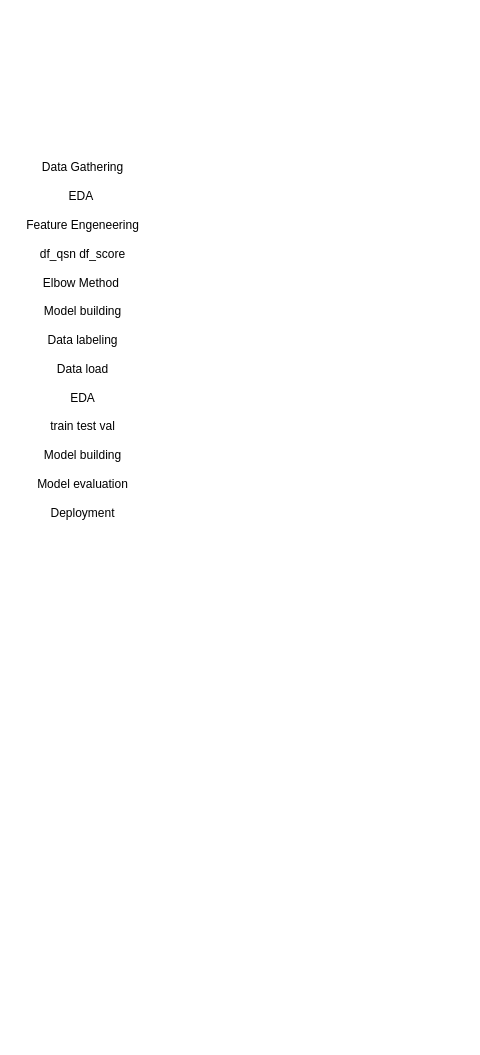
Before: Neha Project/Project Interview/Research/document/Personality_prediction.drawio in mungekarkiran/Basic_Python, a draw.io diagram. Source tidied: cells renumbered, new cells numbered last; positions are measured from the earlier drawing's top-left corner, leaving out a move shared by most shapes. Both pictures are drawn from the tidied source at 100%, with x=0, y=0 at pixel (17, 162).
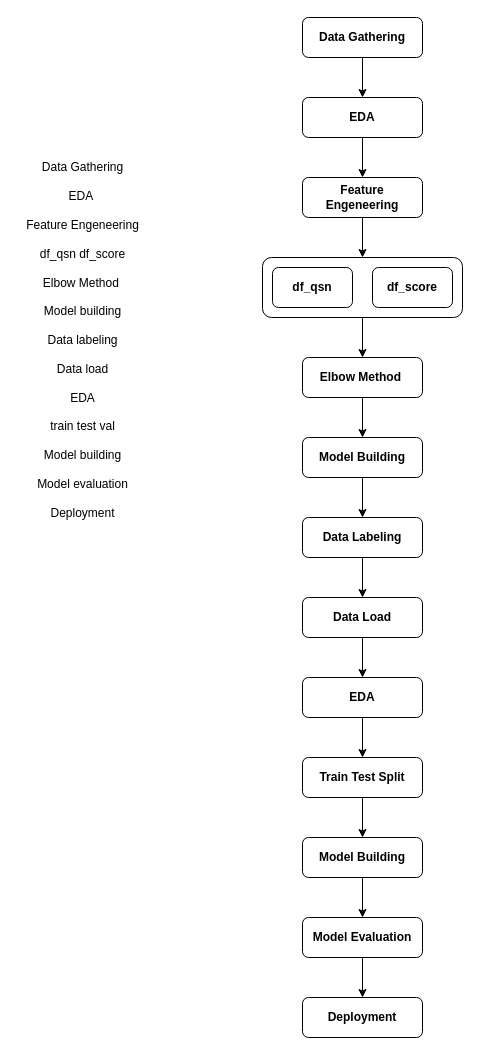
After the change.

What changed in the source:
```diff
@@
+    <mxCell id="3" style="edgeStyle=orthogonalEdgeStyle;rounded=0;jettySize=auto;html=1;exitX=0.5;exitY=1;exitDx=0;exitDy=0;entryX=0.5;entryY=0;entryDx=0;entryDy=0;" parent="1" edge="1" source="4" target="6">
+      <mxGeometry relative="1" as="geometry" />
+    </mxCell>
+    <mxCell id="4" value="&lt;b&gt;Data Gathering&lt;/b&gt;" style="rounded=1;whiteSpace=wrap;html=1;" parent="1" vertex="1">
+      <mxGeometry x="285" y="-145" width="120" height="40" as="geometry" />
+    </mxCell>
+    <mxCell id="5" style="edgeStyle=orthogonalEdgeStyle;rounded=0;jettySize=auto;html=1;exitX=0.5;exitY=1;exitDx=0;exitDy=0;entryX=0.5;entryY=0;entryDx=0;entryDy=0;" parent="1" edge="1" source="6" target="8">
+      <mxGeometry relative="1" as="geometry" />
+    </mxCell>
+    <mxCell id="6" value="&lt;b&gt;EDA&lt;/b&gt;" style="rounded=1;whiteSpace=wrap;html=1;" parent="1" vertex="1">
+      <mxGeometry x="285" y="-65" width="120" height="40" as="geometry" />
+    </mxCell>
+    <mxCell id="7" style="edgeStyle=orthogonalEdgeStyle;rounded=0;jettySize=auto;html=1;exitX=0.5;exitY=1;exitDx=0;exitDy=0;entryX=0.5;entryY=0;entryDx=0;entryDy=0;" parent="1" edge="1" source="8" target="10">
+      <mxGeometry relative="1" as="geometry" />
+    </mxCell>
+    <mxCell id="8" value="&lt;span&gt;&lt;b&gt;Feature Engeneering&lt;/b&gt;&lt;/span&gt;" style="rounded=1;whiteSpace=wrap;html=1;" parent="1" vertex="1">
+      <mxGeometry x="285" y="15" width="120" height="40" as="geometry" />
+    </mxCell>
+    <mxCell id="9" style="edgeStyle=orthogonalEdgeStyle;rounded=0;jettySize=auto;html=1;exitX=0.5;exitY=1;exitDx=0;exitDy=0;entryX=0.5;entryY=0;entryDx=0;entryDy=0;" parent="1" edge="1" source="10" target="14">
+      <mxGeometry relative="1" as="geometry" />
+    </mxCell>
+    <mxCell id="10" style="rounded=1;whiteSpace=wrap;html=1;" parent="1" vertex="1">
+      <mxGeometry x="245" y="95" width="200" height="60" as="geometry" />
+    </mxCell>
+    <mxCell id="11" value="&lt;span&gt;&lt;b&gt;df_qsn&lt;/b&gt;&lt;/span&gt;" style="rounded=1;whiteSpace=wrap;html=1;" parent="1" vertex="1">
+      <mxGeometry x="255" y="105" width="80" height="40" as="geometry" />
+    </mxCell>
+    <mxCell id="12" value="&lt;span&gt;&lt;b&gt;df_score&lt;/b&gt;&lt;/span&gt;" style="rounded=1;whiteSpace=wrap;html=1;" parent="1" vertex="1">
+      <mxGeometry x="355" y="105" width="80" height="40" as="geometry" />
+    </mxCell>
+    <mxCell id="13" style="edgeStyle=orthogonalEdgeStyle;rounded=0;jettySize=auto;html=1;exitX=0.5;exitY=1;exitDx=0;exitDy=0;entryX=0.5;entryY=0;entryDx=0;entryDy=0;" parent="1" edge="1" source="14" target="16">
+      <mxGeometry relative="1" as="geometry" />
+    </mxCell>
+    <mxCell id="14" value="&lt;div&gt;&lt;b&gt;Elbow Method&amp;nbsp;&lt;/b&gt;&lt;/div&gt;" style="rounded=1;whiteSpace=wrap;html=1;" parent="1" vertex="1">
+      <mxGeometry x="285" y="195" width="120" height="40" as="geometry" />
+    </mxCell>
+    <mxCell id="15" style="edgeStyle=orthogonalEdgeStyle;rounded=0;jettySize=auto;html=1;exitX=0.5;exitY=1;exitDx=0;exitDy=0;" parent="1" edge="1" source="16" target="18">
+      <mxGeometry relative="1" as="geometry" />
+    </mxCell>
+    <mxCell id="16" value="&lt;div&gt;&lt;b&gt;Model Building&lt;/b&gt;&lt;/div&gt;" style="rounded=1;whiteSpace=wrap;html=1;" parent="1" vertex="1">
+      <mxGeometry x="285" y="275" width="120" height="40" as="geometry" />
+    </mxCell>
+    <mxCell id="17" style="edgeStyle=orthogonalEdgeStyle;rounded=0;jettySize=auto;html=1;exitX=0.5;exitY=1;exitDx=0;exitDy=0;" parent="1" edge="1" source="18" target="20">
+      <mxGeometry relative="1" as="geometry" />
+    </mxCell>
+    <mxCell id="18" value="&lt;span&gt;&lt;b&gt;Data Labeling&lt;/b&gt;&lt;/span&gt;" style="rounded=1;whiteSpace=wrap;html=1;" parent="1" vertex="1">
+      <mxGeometry x="285" y="355" width="120" height="40" as="geometry" />
+    </mxCell>
+    <mxCell id="19" style="edgeStyle=orthogonalEdgeStyle;rounded=0;jettySize=auto;html=1;exitX=0.5;exitY=1;exitDx=0;exitDy=0;entryX=0.5;entryY=0;entryDx=0;entryDy=0;" parent="1" edge="1" source="20" target="22">
+      <mxGeometry relative="1" as="geometry" />
+    </mxCell>
+    <mxCell id="20" value="&lt;span&gt;&lt;b&gt;Data Load&lt;/b&gt;&lt;/span&gt;" style="rounded=1;whiteSpace=wrap;html=1;" parent="1" vertex="1">
+      <mxGeometry x="285" y="435" width="120" height="40" as="geometry" />
+    </mxCell>
+    <mxCell id="21" style="edgeStyle=orthogonalEdgeStyle;rounded=0;jettySize=auto;html=1;exitX=0.5;exitY=1;exitDx=0;exitDy=0;entryX=0.5;entryY=0;entryDx=0;entryDy=0;" parent="1" edge="1" source="22" target="24">
+      <mxGeometry relative="1" as="geometry" />
+    </mxCell>
+    <mxCell id="22" value="&lt;span&gt;&lt;b&gt;EDA&lt;/b&gt;&lt;/span&gt;" style="rounded=1;whiteSpace=wrap;html=1;" parent="1" vertex="1">
+      <mxGeometry x="285" y="515" width="120" height="40" as="geometry" />
+    </mxCell>
+    <mxCell id="23" style="edgeStyle=orthogonalEdgeStyle;rounded=0;jettySize=auto;html=1;exitX=0.5;exitY=1;exitDx=0;exitDy=0;entryX=0.5;entryY=0;entryDx=0;entryDy=0;" parent="1" edge="1" source="24" target="26">
+      <mxGeometry relative="1" as="geometry" />
+    </mxCell>
+    <mxCell id="24" value="&lt;span&gt;&lt;b&gt;Train Test Split&lt;/b&gt;&lt;/span&gt;" style="rounded=1;whiteSpace=wrap;html=1;" parent="1" vertex="1">
+      <mxGeometry x="285" y="595" width="120" height="40" as="geometry" />
+    </mxCell>
+    <mxCell id="25" style="edgeStyle=orthogonalEdgeStyle;rounded=0;jettySize=auto;html=1;exitX=0.5;exitY=1;exitDx=0;exitDy=0;entryX=0.5;entryY=0;entryDx=0;entryDy=0;" parent="1" edge="1" source="26" target="28">
+      <mxGeometry relative="1" as="geometry" />
+    </mxCell>
+    <mxCell id="26" value="&lt;div&gt;&lt;b&gt;Model Building&lt;/b&gt;&lt;/div&gt;" style="rounded=1;whiteSpace=wrap;html=1;" parent="1" vertex="1">
+      <mxGeometry x="285" y="675" width="120" height="40" as="geometry" />
+    </mxCell>
+    <mxCell id="27" style="edgeStyle=orthogonalEdgeStyle;rounded=0;jettySize=auto;html=1;exitX=0.5;exitY=1;exitDx=0;exitDy=0;entryX=0.5;entryY=0;entryDx=0;entryDy=0;" parent="1" edge="1" source="28" target="29">
+      <mxGeometry relative="1" as="geometry" />
+    </mxCell>
+    <mxCell id="28" value="&lt;span&gt;&lt;b&gt;Model Evaluation&lt;/b&gt;&lt;/span&gt;" style="rounded=1;whiteSpace=wrap;html=1;" parent="1" vertex="1">
+      <mxGeometry x="285" y="755" width="120" height="40" as="geometry" />
+    </mxCell>
+    <mxCell id="29" value="&lt;span&gt;&lt;b&gt;Deployment&lt;/b&gt;&lt;/span&gt;" style="rounded=1;whiteSpace=wrap;html=1;" parent="1" vertex="1">
+      <mxGeometry x="285" y="835" width="120" height="40" as="geometry" />
+    </mxCell>
```
